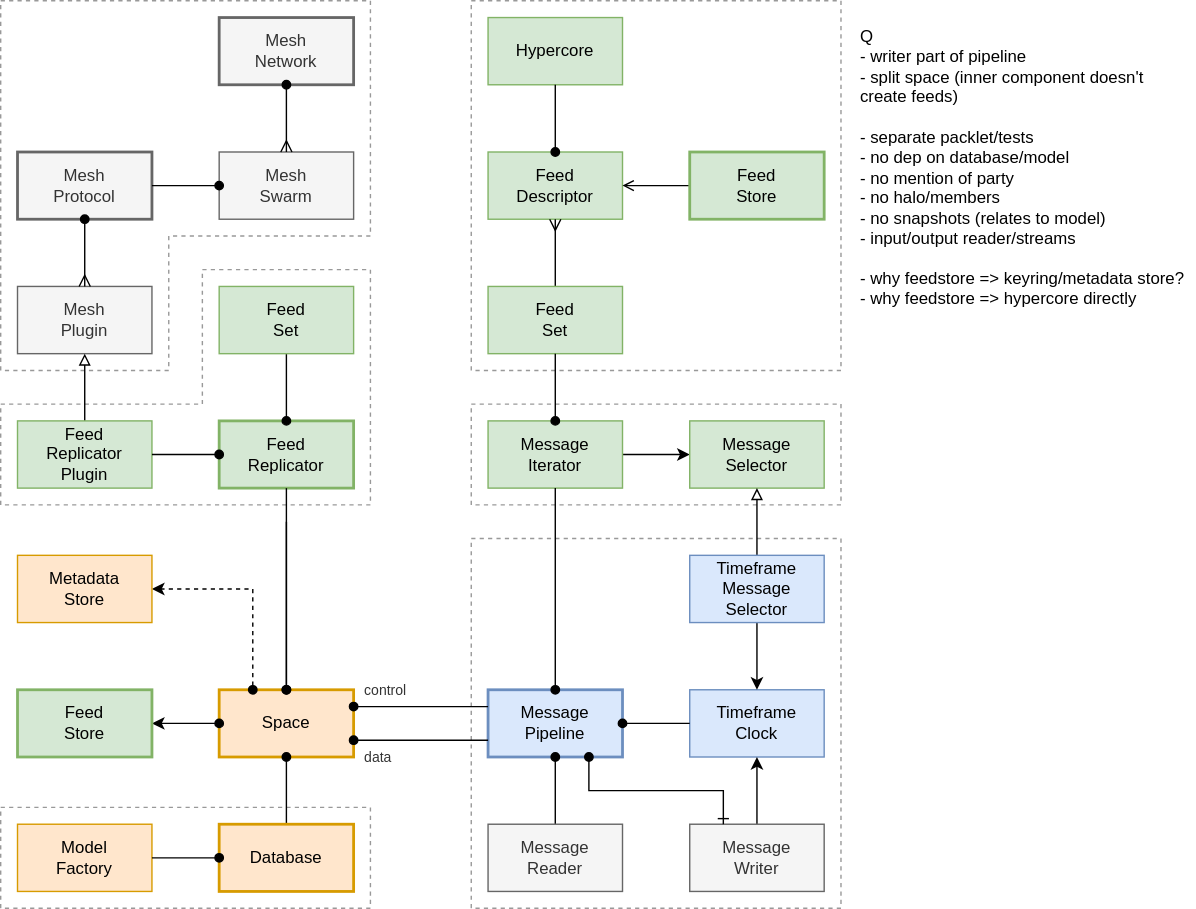
Before: docs/design/diagrams/echo-pipeline.drawio.svg, a diagram exported from draw.io (dxos/dxos). Source tidied: cells renumbered, new cells last; positions are measured from the earlier drawing's top-left corner, leaving out a move shared by most shapes.
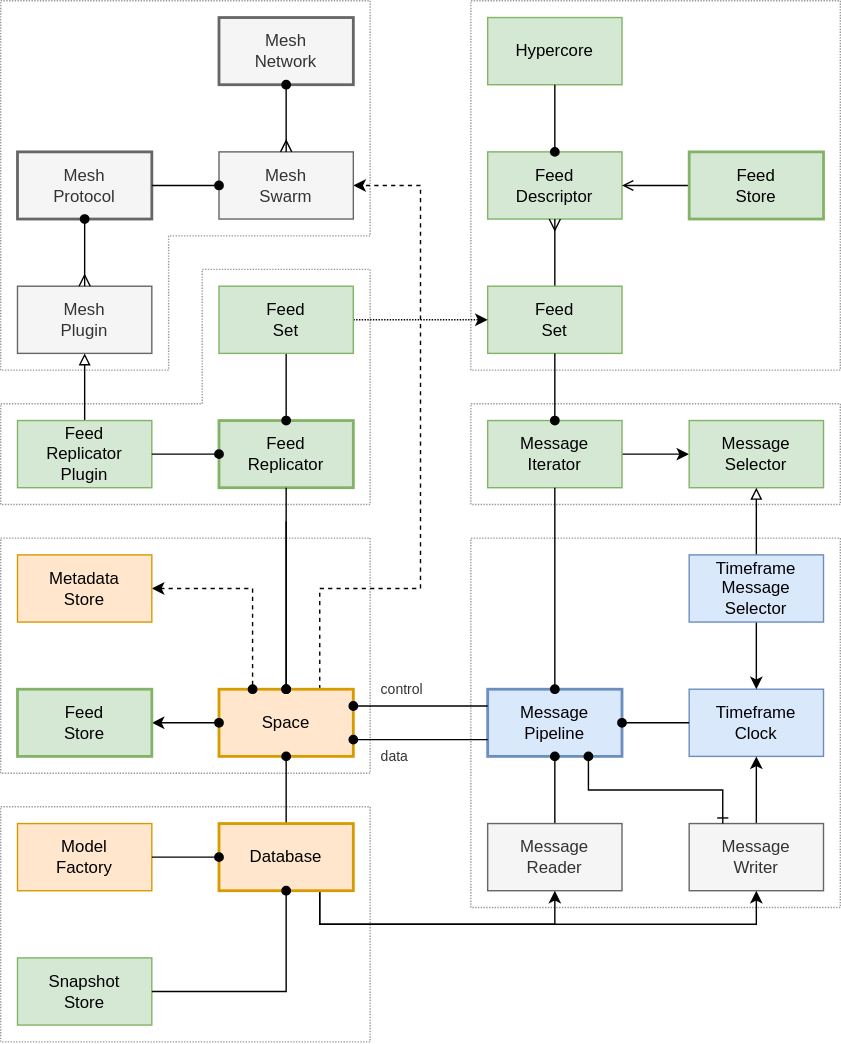
After the change.

Change to the diagram source:
```diff
@@ -2,18 +2,30 @@
   <root>
     <mxCell id="0" />
     <mxCell id="1" parent="0" />
+    <mxCell id="60" style="rounded=0;whiteSpace=wrap;html=1;fillColor=none;dashed=1;strokeColor=#999999;dashPattern=1 1;" parent="1" vertex="1">
+      <mxGeometry y="384" width="264" height="168" as="geometry" />
+    </mxCell>
-    <mxCell id="2" style="shape=corner;whiteSpace=wrap;html=1;dx=120;dy=72;fillColor=none;dashed=1;direction=west;strokeColor=#999999;perimeterSpacing=0;" parent="1" vertex="1">
+    <mxCell id="2" style="shape=corner;whiteSpace=wrap;html=1;dx=120;dy=72;fillColor=none;dashed=1;direction=west;strokeColor=#999999;perimeterSpacing=0;dashPattern=1 1;" parent="1" vertex="1">
       <mxGeometry y="192" width="264" height="168" as="geometry" />
     </mxCell>
-    <mxCell id="3" style="rounded=0;whiteSpace=wrap;html=1;fillColor=none;dashed=1;strokeColor=#999999;" parent="1" vertex="1">
+    <mxCell id="3" style="rounded=0;whiteSpace=wrap;html=1;fillColor=none;dashed=1;strokeColor=#999999;dashPattern=1 1;" parent="1" vertex="1">
       <mxGeometry x="336" y="288" width="264" height="72" as="geometry" />
     </mxCell>
-    <mxCell id="4" style="rounded=0;whiteSpace=wrap;html=1;fillColor=none;dashed=1;strokeColor=#999999;" parent="1" vertex="1">
-      <mxGeometry y="576" width="264" height="72" as="geometry" />
+    <mxCell id="4" style="rounded=0;whiteSpace=wrap;html=1;fillColor=none;dashed=1;strokeColor=#999999;dashPattern=1 1;" parent="1" vertex="1">
+      <mxGeometry y="576" width="264" height="168" as="geometry" />
     </mxCell>
-    <mxCell id="5" style="shape=corner;whiteSpace=wrap;html=1;dx=120;dy=168;fillColor=none;dashed=1;strokeColor=#999999;" parent="1" vertex="1">
+    <mxCell id="5" style="shape=corner;whiteSpace=wrap;html=1;dx=120;dy=168;fillColor=none;dashed=1;strokeColor=#999999;dashPattern=1 1;" parent="1" vertex="1">
       <mxGeometry width="264" height="264" as="geometry" />
     </mxCell>
+    <mxCell id="61" style="edgeStyle=none;html=1;exitX=0.75;exitY=0;exitDx=0;exitDy=0;rounded=0;dashed=1;" parent="1" edge="1" source="6" target="49">
+      <mxGeometry relative="1" as="geometry">
+        <Array as="points">
+          <mxPoint x="228" y="420" />
+          <mxPoint x="300" y="420" />
+          <mxPoint x="300" y="132" />
+        </Array>
+      </mxGeometry>
+    </mxCell>
     <mxCell id="6" value="Space" style="rounded=0;whiteSpace=wrap;html=1;fillColor=#ffe6cc;strokeColor=#d79b00;strokeWidth=2;" parent="1" vertex="1">
       <mxGeometry x="156" y="492" width="96" height="48" as="geometry" />
     </mxCell>
@@ -33,10 +45,10 @@
     <mxCell id="10" value="Feed&lt;br&gt;Replicator" style="rounded=0;whiteSpace=wrap;html=1;fillColor=#d5e8d4;strokeColor=#82b366;strokeWidth=2;" parent="1" vertex="1">
       <mxGeometry x="156" y="300" width="96" height="48" as="geometry" />
     </mxCell>
-    <mxCell id="11" style="rounded=0;whiteSpace=wrap;html=1;fillColor=none;dashed=1;strokeColor=#999999;" parent="1" vertex="1">
+    <mxCell id="11" style="rounded=0;whiteSpace=wrap;html=1;fillColor=none;dashed=1;strokeColor=#999999;dashPattern=1 1;" parent="1" vertex="1">
       <mxGeometry x="336" y="384" width="264" height="264" as="geometry" />
     </mxCell>
-    <mxCell id="12" style="rounded=0;whiteSpace=wrap;html=1;fillColor=none;dashed=1;strokeColor=#999999;" parent="1" vertex="1">
+    <mxCell id="12" style="rounded=0;whiteSpace=wrap;html=1;fillColor=none;dashed=1;strokeColor=#999999;dashPattern=1 1;" parent="1" vertex="1">
       <mxGeometry x="336" width="264" height="264" as="geometry" />
     </mxCell>
     <mxCell id="13" value="Message&lt;br&gt;Pipeline" style="rounded=0;whiteSpace=wrap;html=1;fillColor=#dae8fc;strokeColor=#6c8ebf;strokeWidth=2;" parent="1" vertex="1">
@@ -57,9 +69,6 @@
     <mxCell id="18" style="edgeStyle=none;html=1;exitX=0.5;exitY=1;exitDx=0;exitDy=0;startArrow=oval;startFill=1;endArrow=none;endFill=0;rounded=0;" parent="1" edge="1" source="13" target="23">
       <mxGeometry relative="1" as="geometry" />
     </mxCell>
-    <mxCell id="19" value="Q&lt;br&gt;- writer part of pipeline&lt;br&gt;- split space (inner component doesn't create feeds)&lt;br&gt;&amp;nbsp;&lt;br&gt;- separate packlet/tests&lt;br&gt;- no dep on database/model&lt;br&gt;&lt;div&gt;&lt;span&gt;- no mention of party&lt;/span&gt;&lt;/div&gt;&lt;div&gt;&lt;span&gt;- no halo/members&lt;/span&gt;&lt;/div&gt;&lt;div&gt;&lt;span&gt;- no snapshots (relates to model)&lt;/span&gt;&lt;/div&gt;&lt;div&gt;&lt;span&gt;- input/output reader/streams&lt;/span&gt;&lt;/div&gt;&lt;div&gt;&lt;span&gt;&lt;br&gt;&lt;/span&gt;&lt;/div&gt;&lt;div&gt;&lt;span&gt;- why feedstore =&amp;gt; keyring/metadata store?&lt;/span&gt;&lt;/div&gt;&lt;div&gt;&lt;span&gt;- why feedstore =&amp;gt; hypercore directly&lt;/span&gt;&lt;/div&gt;" style="rounded=0;whiteSpace=wrap;html=1;align=left;verticalAlign=top;strokeColor=none;" parent="1" vertex="1">
-      <mxGeometry x="612" y="12" width="240" height="240" as="geometry" />
-    </mxCell>
     <mxCell id="20" value="Timeframe&lt;br&gt;Clock" style="rounded=0;whiteSpace=wrap;html=1;fillColor=#dae8fc;strokeColor=#6c8ebf;" parent="1" vertex="1">
       <mxGeometry x="492" y="492" width="96" height="48" as="geometry" />
     </mxCell>
@@ -105,6 +114,9 @@
     <mxCell id="34" style="edgeStyle=none;rounded=0;html=1;exitX=0.5;exitY=0;exitDx=0;exitDy=0;startArrow=oval;startFill=1;endArrow=none;endFill=0;" parent="1" edge="1" source="15" target="29">
       <mxGeometry relative="1" as="geometry" />
     </mxCell>
+    <mxCell id="62" style="edgeStyle=none;rounded=0;html=1;exitX=1;exitY=0.5;exitDx=0;exitDy=0;entryX=0;entryY=0.5;entryDx=0;entryDy=0;startArrow=none;startFill=0;endArrow=classic;endFill=1;dashed=1;dashPattern=1 1;" parent="1" edge="1" source="35" target="29">
+      <mxGeometry relative="1" as="geometry" />
+    </mxCell>
     <mxCell id="35" value="Feed&lt;br&gt;Set" style="rounded=0;whiteSpace=wrap;html=1;fillColor=#d5e8d4;strokeColor=#82b366;" parent="1" vertex="1">
       <mxGeometry x="156" y="204" width="96" height="48" as="geometry" />
     </mxCell>
@@ -126,6 +138,22 @@
     <mxCell id="41" style="edgeStyle=none;rounded=0;html=1;startArrow=oval;startFill=1;endArrow=ERmany;endFill=0;" parent="1" edge="1" source="37" target="36">
       <mxGeometry relative="1" as="geometry" />
     </mxCell>
+    <mxCell id="63" style="edgeStyle=none;html=1;exitX=0.75;exitY=1;exitDx=0;exitDy=0;entryX=0.5;entryY=1;entryDx=0;entryDy=0;rounded=0;" parent="1" edge="1" source="42" target="23">
+      <mxGeometry relative="1" as="geometry">
+        <Array as="points">
+          <mxPoint x="228" y="660" />
+          <mxPoint x="396" y="660" />
+        </Array>
+      </mxGeometry>
+    </mxCell>
+    <mxCell id="64" style="edgeStyle=none;html=1;exitX=0.75;exitY=1;exitDx=0;exitDy=0;entryX=0.5;entryY=1;entryDx=0;entryDy=0;rounded=0;" parent="1" edge="1" source="42" target="26">
+      <mxGeometry relative="1" as="geometry">
+        <Array as="points">
+          <mxPoint x="228" y="660" />
+          <mxPoint x="540" y="660" />
+        </Array>
+      </mxGeometry>
+    </mxCell>
     <mxCell id="42" value="Database" style="rounded=0;whiteSpace=wrap;html=1;fillColor=#ffe6cc;strokeColor=#d79b00;strokeWidth=2;" parent="1" vertex="1">
       <mxGeometry x="156" y="588" width="96" height="48" as="geometry" />
     </mxCell>
@@ -154,7 +182,7 @@
       <mxGeometry relative="1" as="geometry" />
     </mxCell>
     <mxCell id="51" value="data" style="rounded=0;whiteSpace=wrap;html=1;fillColor=none;strokeColor=none;fontColor=#333333;align=left;spacing=8;fontSize=10;" parent="1" vertex="1">
-      <mxGeometry x="252" y="528" width="96" height="24" as="geometry" />
+      <mxGeometry x="264" y="528" width="72" height="24" as="geometry" />
     </mxCell>
     <mxCell id="52" style="edgeStyle=none;rounded=0;html=1;exitX=1;exitY=0.25;exitDx=0;exitDy=0;startArrow=oval;startFill=1;endArrow=none;endFill=0;entryX=0;entryY=0.25;entryDx=0;entryDy=0;" parent="1" edge="1" source="6" target="13">
       <mxGeometry relative="1" as="geometry" />
@@ -163,7 +191,7 @@
       <mxGeometry relative="1" as="geometry" />
     </mxCell>
     <mxCell id="54" value="control" style="rounded=0;whiteSpace=wrap;html=1;fillColor=none;strokeColor=none;fontColor=#333333;align=left;spacing=8;fontSize=10;" parent="1" vertex="1">
-      <mxGeometry x="252" y="480" width="96" height="24" as="geometry" />
+      <mxGeometry x="264" y="480" width="72" height="24" as="geometry" />
     </mxCell>
     <mxCell id="55" style="edgeStyle=none;rounded=0;html=1;exitX=0.5;exitY=0;exitDx=0;exitDy=0;startArrow=oval;startFill=1;endArrow=none;endFill=0;" parent="1" edge="1" source="6">
       <mxGeometry relative="1" as="geometry">
@@ -187,5 +215,15 @@
     <mxCell id="59" style="edgeStyle=none;rounded=0;html=1;startArrow=oval;startFill=1;endArrow=none;endFill=0;" parent="1" edge="1" source="42" target="47">
       <mxGeometry relative="1" as="geometry" />
     </mxCell>
+    <mxCell id="65" value="Snapshot&lt;br&gt;Store" style="rounded=0;whiteSpace=wrap;html=1;fillColor=#d5e8d4;strokeColor=#82b366;strokeWidth=1;" parent="1" vertex="1">
+      <mxGeometry x="12" y="684" width="96" height="48" as="geometry" />
+    </mxCell>
+    <mxCell id="66" style="edgeStyle=none;rounded=0;html=1;exitX=0.5;exitY=1;exitDx=0;exitDy=0;entryX=1;entryY=0.5;entryDx=0;entryDy=0;endArrow=none;endFill=0;startArrow=oval;startFill=1;" parent="1" edge="1" source="42" target="65">
+      <mxGeometry relative="1" as="geometry">
+        <Array as="points">
+          <mxPoint x="204" y="708" />
+        </Array>
+      </mxGeometry>
+    </mxCell>
   </root>
 </mxGraphModel>
```
